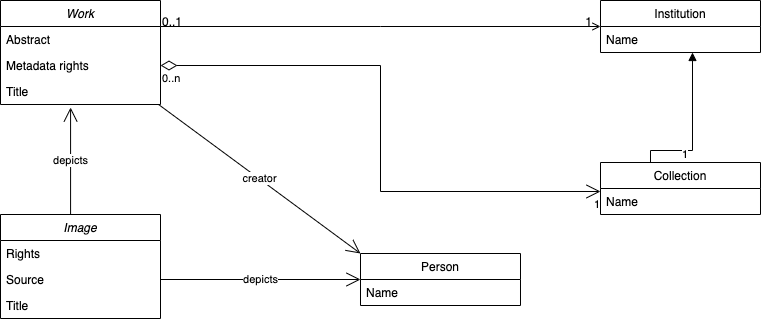
The draw.io diagram docs/introduction/data-model/data-model-classes.png in paradicms/paradicms.github.io, before a commit. Source tidied: cells renumbered, new cells last; positions are measured from the earlier drawing's top-left corner, leaving out a move shared by most shapes. Source of this version:
```xml
<mxGraphModel>
  <root>
    <mxCell id="0" />
    <mxCell id="1" parent="0" />
    <mxCell id="2" value="Work" style="swimlane;fontStyle=2;align=center;verticalAlign=top;horizontal=1;startSize=26;rounded=0;shadow=0;strokeWidth=1;" parent="1" vertex="1">
      <mxGeometry width="160" height="104" as="geometry" />
    </mxCell>
    <mxCell id="3" value="Abstract" style="text;align=left;verticalAlign=top;spacingLeft=4;spacingRight=4;overflow=hidden;" parent="2" vertex="1">
      <mxGeometry y="26" width="160" height="26" as="geometry" />
    </mxCell>
    <mxCell id="4" value="Metadata rights" style="text;align=left;verticalAlign=top;spacingLeft=4;spacingRight=4;overflow=hidden;points=[[0,0.5],[1,0.5]];portConstraint=eastwest;" parent="2" vertex="1">
      <mxGeometry y="52" width="160" height="26" as="geometry" />
    </mxCell>
    <mxCell id="5" value="Title" style="text;align=left;verticalAlign=top;spacingLeft=4;spacingRight=4;overflow=hidden;points=[[0,0.5],[1,0.5]];portConstraint=eastwest;" parent="2" vertex="1">
      <mxGeometry y="78" width="160" height="26" as="geometry" />
    </mxCell>
    <mxCell id="6" value="Institution" style="swimlane;fontStyle=0;align=center;verticalAlign=top;horizontal=1;startSize=26;rounded=0;shadow=0;strokeWidth=1;" parent="1" vertex="1">
      <mxGeometry x="600" width="160" height="52" as="geometry" />
    </mxCell>
    <mxCell id="7" value="Name" style="text;align=left;verticalAlign=top;spacingLeft=4;spacingRight=4;overflow=hidden;points=[[0,0.5],[1,0.5]];portConstraint=eastwest;rounded=0;shadow=0;html=0;" parent="6" vertex="1">
      <mxGeometry y="26" width="160" height="26" as="geometry" />
    </mxCell>
    <mxCell id="8" style="endArrow=open;shadow=0;strokeWidth=1;rounded=0;endFill=1;edgeStyle=elbowEdgeStyle;elbow=vertical;" parent="1" edge="1" source="2" target="6">
      <mxGeometry x="0.5" y="41" relative="1" as="geometry">
        <mxPoint x="-40" y="32" as="offset" />
      </mxGeometry>
    </mxCell>
    <mxCell id="9" value="0..1" style="align=left;verticalAlign=bottom;labelBackgroundColor=none;fontSize=12;" parent="8" vertex="1">
      <mxGeometry x="-1" relative="1" as="geometry">
        <mxPoint y="4" as="offset" />
      </mxGeometry>
    </mxCell>
    <mxCell id="10" value="1" style="align=right;verticalAlign=bottom;labelBackgroundColor=none;fontSize=12;" parent="8" vertex="1">
      <mxGeometry x="1" relative="1" as="geometry">
        <mxPoint x="-7" y="4" as="offset" />
      </mxGeometry>
    </mxCell>
    <mxCell id="11" value="Collection" style="swimlane;fontStyle=0;align=center;verticalAlign=top;horizontal=1;startSize=26;rounded=0;shadow=0;strokeWidth=1;" parent="1" vertex="1">
      <mxGeometry x="600" y="162" width="160" height="52" as="geometry" />
    </mxCell>
    <mxCell id="12" value="Name" style="text;align=left;verticalAlign=top;spacingLeft=4;spacingRight=4;overflow=hidden;points=[[0,0.5],[1,0.5]];portConstraint=eastwest;" parent="11" vertex="1">
      <mxGeometry y="26" width="160" height="26" as="geometry" />
    </mxCell>
    <mxCell id="13" style="endArrow=open;html=1;endSize=12;startArrow=diamondThin;startSize=14;startFill=0;edgeStyle=orthogonalEdgeStyle;rounded=0;exitX=1;exitY=0.5;exitDx=0;exitDy=0;entryX=0;entryY=0.115;entryDx=0;entryDy=0;entryPerimeter=0;" parent="1" edge="1" source="4" target="12">
      <mxGeometry relative="1" as="geometry" />
    </mxCell>
    <mxCell id="14" value="0..n&lt;br&gt;" style="edgeLabel;html=1;align=left;verticalAlign=top;" parent="13" vertex="1">
      <mxGeometry x="-1" relative="1" as="geometry" />
    </mxCell>
    <mxCell id="15" value="1" style="edgeLabel;html=1;align=right;verticalAlign=top;" parent="13" vertex="1">
      <mxGeometry x="1" relative="1" as="geometry" />
    </mxCell>
    <mxCell id="16" style="endArrow=block;endFill=1;html=1;edgeStyle=orthogonalEdgeStyle;align=left;verticalAlign=top;rounded=0;exitX=0.5;exitY=0;exitDx=0;exitDy=0;entryX=0.575;entryY=1;entryDx=0;entryDy=0;entryPerimeter=0;" parent="1" edge="1" source="11" target="7">
      <mxGeometry x="-1" relative="1" as="geometry">
        <Array as="points">
          <mxPoint x="650" y="150" />
          <mxPoint x="692" y="150" />
        </Array>
      </mxGeometry>
    </mxCell>
    <mxCell id="17" value="1" style="edgeLabel;html=1;align=left;verticalAlign=bottom;" parent="16" vertex="1">
      <mxGeometry x="-1" relative="1" as="geometry" />
    </mxCell>
    <mxCell id="18" value="Image" style="swimlane;fontStyle=2;align=center;verticalAlign=top;horizontal=1;startSize=26;rounded=0;shadow=0;strokeWidth=1;" parent="1" vertex="1">
      <mxGeometry y="214" width="160" height="104" as="geometry" />
    </mxCell>
    <mxCell id="19" value="Rights" style="text;align=left;verticalAlign=top;spacingLeft=4;spacingRight=4;overflow=hidden;" parent="18" vertex="1">
      <mxGeometry y="26" width="160" height="26" as="geometry" />
    </mxCell>
    <mxCell id="20" value="Source" style="text;align=left;verticalAlign=top;spacingLeft=4;spacingRight=4;overflow=hidden;points=[[0,0.5],[1,0.5]];portConstraint=eastwest;" parent="18" vertex="1">
      <mxGeometry y="52" width="160" height="26" as="geometry" />
    </mxCell>
    <mxCell id="21" value="Title" style="text;align=left;verticalAlign=top;spacingLeft=4;spacingRight=4;overflow=hidden;" parent="18" vertex="1">
      <mxGeometry y="78" width="160" height="26" as="geometry" />
    </mxCell>
    <mxCell id="22" value="depicts" style="endArrow=open;endFill=1;endSize=12;html=1;rounded=0;exitX=0.438;exitY=0;exitDx=0;exitDy=0;exitPerimeter=0;entryX=0.438;entryY=1.115;entryDx=0;entryDy=0;entryPerimeter=0;" parent="1" edge="1" source="18" target="5">
      <mxGeometry relative="1" as="geometry" />
    </mxCell>
    <mxCell id="23" value="Person" style="swimlane;fontStyle=0;align=center;verticalAlign=top;horizontal=1;startSize=26;rounded=0;shadow=0;strokeWidth=1;" parent="1" vertex="1">
      <mxGeometry x="360" y="253" width="160" height="52" as="geometry" />
    </mxCell>
    <mxCell id="24" value="Name" style="text;align=left;verticalAlign=top;spacingLeft=4;spacingRight=4;overflow=hidden;" parent="23" vertex="1">
      <mxGeometry y="26" width="160" height="26" as="geometry" />
    </mxCell>
    <mxCell id="25" value="depicts" style="endArrow=open;endFill=1;endSize=12;html=1;rounded=0;exitX=1;exitY=0.5;exitDx=0;exitDy=0;entryX=0;entryY=0.5;entryDx=0;entryDy=0;" parent="1" edge="1" source="20" target="23">
      <mxGeometry relative="1" as="geometry" />
    </mxCell>
    <mxCell id="26" value="creator" style="endArrow=open;endFill=1;endSize=12;html=1;rounded=0;exitX=0.988;exitY=1;exitDx=0;exitDy=0;entryX=0;entryY=0;entryDx=0;entryDy=0;exitPerimeter=0;" parent="1" edge="1" source="5" target="23">
      <mxGeometry relative="1" as="geometry" />
    </mxCell>
  </root>
</mxGraphModel>
```
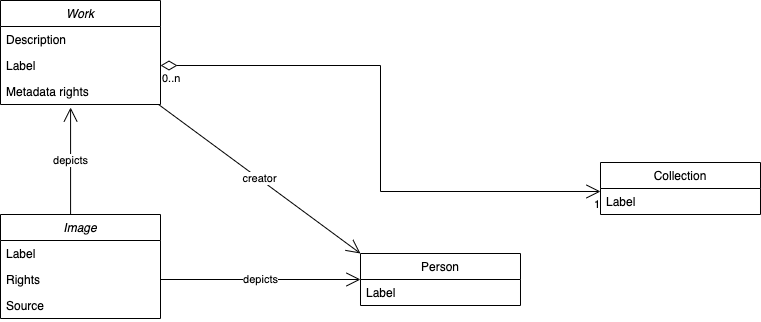
After the change.

The edit, as a diff of the source:
```diff
@@ -5,40 +5,19 @@
     <mxCell id="2" value="Work" style="swimlane;fontStyle=2;align=center;verticalAlign=top;horizontal=1;startSize=26;rounded=0;shadow=0;strokeWidth=1;" parent="1" vertex="1">
       <mxGeometry width="160" height="104" as="geometry" />
     </mxCell>
-    <mxCell id="3" value="Abstract" style="text;align=left;verticalAlign=top;spacingLeft=4;spacingRight=4;overflow=hidden;" parent="2" vertex="1">
+    <mxCell id="3" value="Description" style="text;align=left;verticalAlign=top;spacingLeft=4;spacingRight=4;overflow=hidden;" parent="2" vertex="1">
       <mxGeometry y="26" width="160" height="26" as="geometry" />
     </mxCell>
-    <mxCell id="4" value="Metadata rights" style="text;align=left;verticalAlign=top;spacingLeft=4;spacingRight=4;overflow=hidden;points=[[0,0.5],[1,0.5]];portConstraint=eastwest;" parent="2" vertex="1">
+    <mxCell id="4" value="Label" style="text;align=left;verticalAlign=top;spacingLeft=4;spacingRight=4;overflow=hidden;points=[[0,0.5],[1,0.5]];portConstraint=eastwest;" parent="2" vertex="1">
       <mxGeometry y="52" width="160" height="26" as="geometry" />
     </mxCell>
-    <mxCell id="5" value="Title" style="text;align=left;verticalAlign=top;spacingLeft=4;spacingRight=4;overflow=hidden;points=[[0,0.5],[1,0.5]];portConstraint=eastwest;" parent="2" vertex="1">
+    <mxCell id="5" value="Metadata rights" style="text;align=left;verticalAlign=top;spacingLeft=4;spacingRight=4;overflow=hidden;points=[[0,0.5],[1,0.5]];portConstraint=eastwest;" parent="2" vertex="1">
       <mxGeometry y="78" width="160" height="26" as="geometry" />
     </mxCell>
-    <mxCell id="6" value="Institution" style="swimlane;fontStyle=0;align=center;verticalAlign=top;horizontal=1;startSize=26;rounded=0;shadow=0;strokeWidth=1;" parent="1" vertex="1">
-      <mxGeometry x="600" width="160" height="52" as="geometry" />
-    </mxCell>
-    <mxCell id="7" value="Name" style="text;align=left;verticalAlign=top;spacingLeft=4;spacingRight=4;overflow=hidden;points=[[0,0.5],[1,0.5]];portConstraint=eastwest;rounded=0;shadow=0;html=0;" parent="6" vertex="1">
-      <mxGeometry y="26" width="160" height="26" as="geometry" />
-    </mxCell>
-    <mxCell id="8" style="endArrow=open;shadow=0;strokeWidth=1;rounded=0;endFill=1;edgeStyle=elbowEdgeStyle;elbow=vertical;" parent="1" edge="1" source="2" target="6">
-      <mxGeometry x="0.5" y="41" relative="1" as="geometry">
-        <mxPoint x="-40" y="32" as="offset" />
-      </mxGeometry>
-    </mxCell>
-    <mxCell id="9" value="0..1" style="align=left;verticalAlign=bottom;labelBackgroundColor=none;fontSize=12;" parent="8" vertex="1">
-      <mxGeometry x="-1" relative="1" as="geometry">
-        <mxPoint y="4" as="offset" />
-      </mxGeometry>
-    </mxCell>
-    <mxCell id="10" value="1" style="align=right;verticalAlign=bottom;labelBackgroundColor=none;fontSize=12;" parent="8" vertex="1">
-      <mxGeometry x="1" relative="1" as="geometry">
-        <mxPoint x="-7" y="4" as="offset" />
-      </mxGeometry>
-    </mxCell>
     <mxCell id="11" value="Collection" style="swimlane;fontStyle=0;align=center;verticalAlign=top;horizontal=1;startSize=26;rounded=0;shadow=0;strokeWidth=1;" parent="1" vertex="1">
       <mxGeometry x="600" y="162" width="160" height="52" as="geometry" />
     </mxCell>
-    <mxCell id="12" value="Name" style="text;align=left;verticalAlign=top;spacingLeft=4;spacingRight=4;overflow=hidden;points=[[0,0.5],[1,0.5]];portConstraint=eastwest;" parent="11" vertex="1">
+    <mxCell id="12" value="Label" style="text;align=left;verticalAlign=top;spacingLeft=4;spacingRight=4;overflow=hidden;points=[[0,0.5],[1,0.5]];portConstraint=eastwest;" parent="11" vertex="1">
       <mxGeometry y="26" width="160" height="26" as="geometry" />
     </mxCell>
     <mxCell id="13" style="endArrow=open;html=1;endSize=12;startArrow=diamondThin;startSize=14;startFill=0;edgeStyle=orthogonalEdgeStyle;rounded=0;exitX=1;exitY=0.5;exitDx=0;exitDy=0;entryX=0;entryY=0.115;entryDx=0;entryDy=0;entryPerimeter=0;" parent="1" edge="1" source="4" target="12">
@@ -50,27 +29,16 @@
     <mxCell id="15" value="1" style="edgeLabel;html=1;align=right;verticalAlign=top;" parent="13" vertex="1">
       <mxGeometry x="1" relative="1" as="geometry" />
     </mxCell>
-    <mxCell id="16" style="endArrow=block;endFill=1;html=1;edgeStyle=orthogonalEdgeStyle;align=left;verticalAlign=top;rounded=0;exitX=0.5;exitY=0;exitDx=0;exitDy=0;entryX=0.575;entryY=1;entryDx=0;entryDy=0;entryPerimeter=0;" parent="1" edge="1" source="11" target="7">
-      <mxGeometry x="-1" relative="1" as="geometry">
-        <Array as="points">
-          <mxPoint x="650" y="150" />
-          <mxPoint x="692" y="150" />
-        </Array>
-      </mxGeometry>
-    </mxCell>
-    <mxCell id="17" value="1" style="edgeLabel;html=1;align=left;verticalAlign=bottom;" parent="16" vertex="1">
-      <mxGeometry x="-1" relative="1" as="geometry" />
-    </mxCell>
     <mxCell id="18" value="Image" style="swimlane;fontStyle=2;align=center;verticalAlign=top;horizontal=1;startSize=26;rounded=0;shadow=0;strokeWidth=1;" parent="1" vertex="1">
       <mxGeometry y="214" width="160" height="104" as="geometry" />
     </mxCell>
-    <mxCell id="19" value="Rights" style="text;align=left;verticalAlign=top;spacingLeft=4;spacingRight=4;overflow=hidden;" parent="18" vertex="1">
+    <mxCell id="19" value="Label" style="text;align=left;verticalAlign=top;spacingLeft=4;spacingRight=4;overflow=hidden;" parent="18" vertex="1">
       <mxGeometry y="26" width="160" height="26" as="geometry" />
     </mxCell>
-    <mxCell id="20" value="Source" style="text;align=left;verticalAlign=top;spacingLeft=4;spacingRight=4;overflow=hidden;points=[[0,0.5],[1,0.5]];portConstraint=eastwest;" parent="18" vertex="1">
+    <mxCell id="20" value="Rights" style="text;align=left;verticalAlign=top;spacingLeft=4;spacingRight=4;overflow=hidden;points=[[0,0.5],[1,0.5]];portConstraint=eastwest;" parent="18" vertex="1">
       <mxGeometry y="52" width="160" height="26" as="geometry" />
     </mxCell>
-    <mxCell id="21" value="Title" style="text;align=left;verticalAlign=top;spacingLeft=4;spacingRight=4;overflow=hidden;" parent="18" vertex="1">
+    <mxCell id="21" value="Source" style="text;align=left;verticalAlign=top;spacingLeft=4;spacingRight=4;overflow=hidden;" parent="18" vertex="1">
       <mxGeometry y="78" width="160" height="26" as="geometry" />
     </mxCell>
     <mxCell id="22" value="depicts" style="endArrow=open;endFill=1;endSize=12;html=1;rounded=0;exitX=0.438;exitY=0;exitDx=0;exitDy=0;exitPerimeter=0;entryX=0.438;entryY=1.115;entryDx=0;entryDy=0;entryPerimeter=0;" parent="1" edge="1" source="18" target="5">
@@ -79,7 +47,7 @@
     <mxCell id="23" value="Person" style="swimlane;fontStyle=0;align=center;verticalAlign=top;horizontal=1;startSize=26;rounded=0;shadow=0;strokeWidth=1;" parent="1" vertex="1">
       <mxGeometry x="360" y="253" width="160" height="52" as="geometry" />
     </mxCell>
-    <mxCell id="24" value="Name" style="text;align=left;verticalAlign=top;spacingLeft=4;spacingRight=4;overflow=hidden;" parent="23" vertex="1">
+    <mxCell id="24" value="Label" style="text;align=left;verticalAlign=top;spacingLeft=4;spacingRight=4;overflow=hidden;" parent="23" vertex="1">
       <mxGeometry y="26" width="160" height="26" as="geometry" />
     </mxCell>
     <mxCell id="25" value="depicts" style="endArrow=open;endFill=1;endSize=12;html=1;rounded=0;exitX=1;exitY=0.5;exitDx=0;exitDy=0;entryX=0;entryY=0.5;entryDx=0;entryDy=0;" parent="1" edge="1" source="20" target="23">
```
